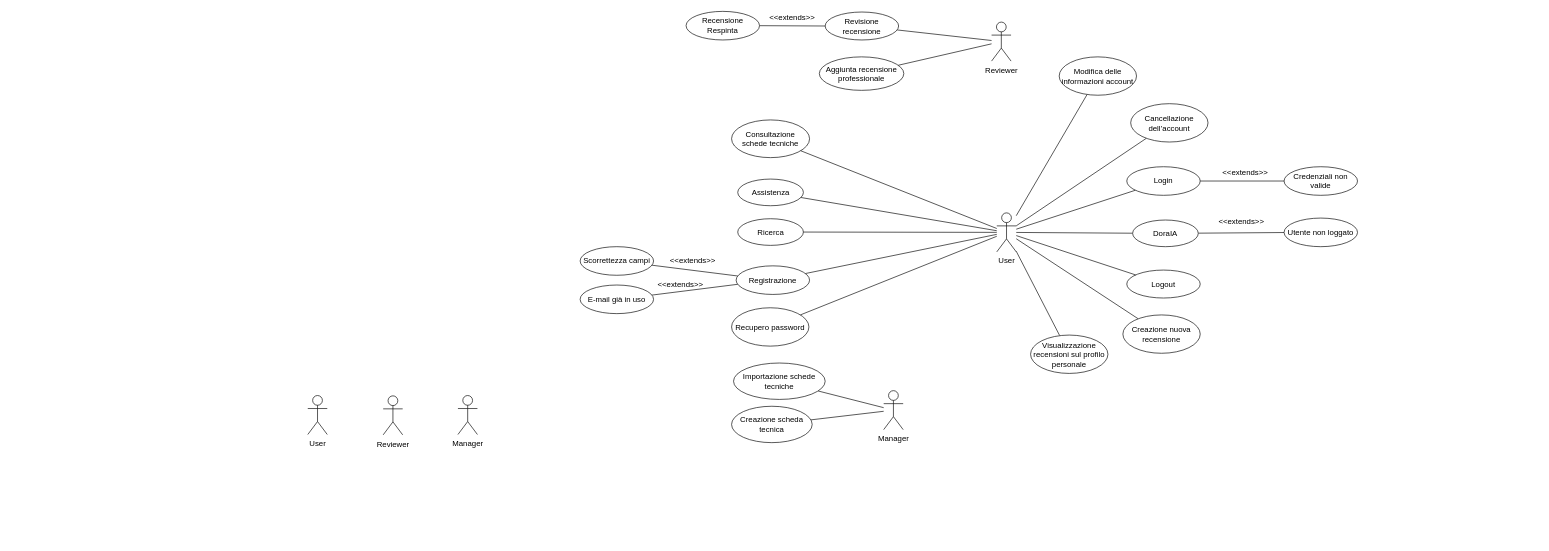
This is page "Page-1" (1 of 2) of doc/diagrams/casi d'uso.drawio from alfonsograziano/Progetto-IS-FIA, a draw.io file, before an edit. Source tidied: cells renumbered, new cells numbered last; positions are measured from the earlier drawing's top-left corner, leaving out a move shared by most shapes. Both pictures are drawn from the tidied source at 65%, with x=0, y=0 at pixel (307, 11).
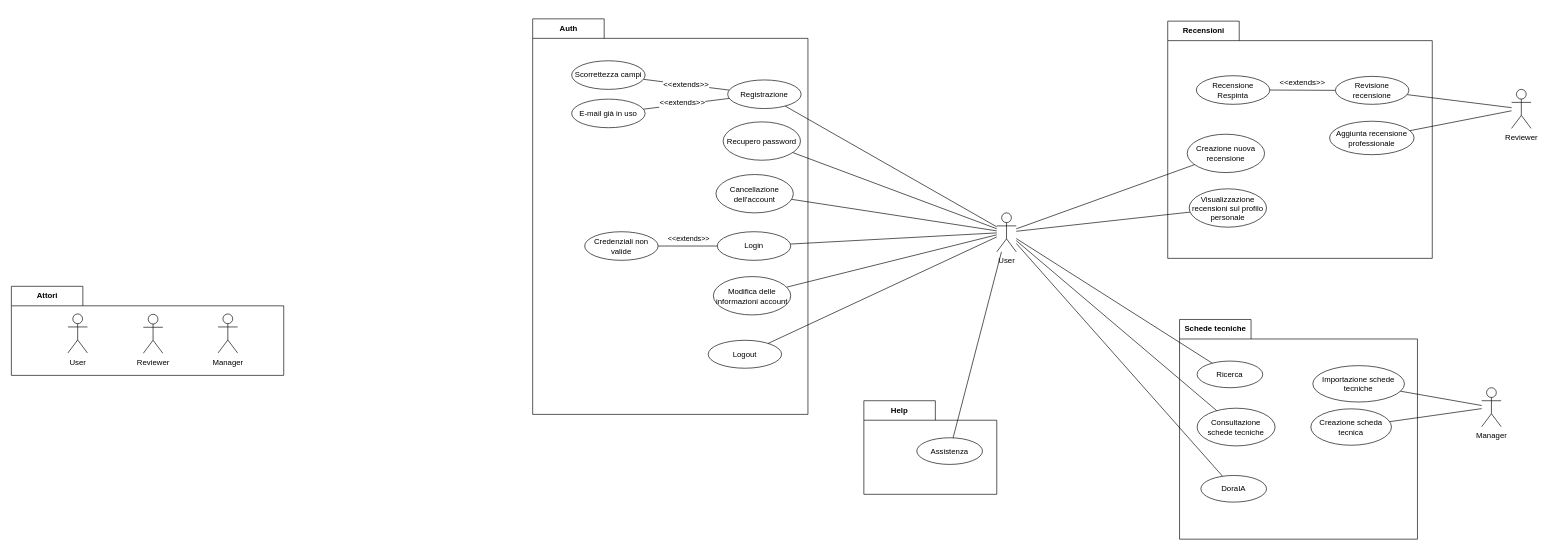
Above is the later version.

The change refers to these unchanged cells:
```xml
<mxCell id="24" style="edgeStyle=none;rounded=0;jettySize=auto;html=1;endArrow=none;endFill=0;" parent="1" edge="1" source="25" target="43">
  <mxGeometry relative="1" as="geometry" />
</mxCell>
<mxCell id="26" style="edgeStyle=none;rounded=0;jettySize=auto;html=1;endArrow=none;endFill=0;" parent="1" edge="1" source="27" target="44">
  <mxGeometry relative="1" as="geometry" />
</mxCell>
```

What changed in the source:
```diff
@@
+    <mxCell id="55" value="Help" style="shape=folder;fontStyle=1;tabWidth=110;tabHeight=30;tabPosition=left;html=1;boundedLbl=1;labelInHeader=1;" parent="1" vertex="1">
+      <mxGeometry x="855.5" y="599" width="204.5" height="144" as="geometry" />
+    </mxCell>
+    <mxCell id="56" value="Recensioni" style="shape=folder;fontStyle=1;tabWidth=110;tabHeight=30;tabPosition=left;html=1;boundedLbl=1;labelInHeader=1;" parent="1" vertex="1">
+      <mxGeometry x="1323" y="15" width="407" height="365" as="geometry" />
+    </mxCell>
+    <mxCell id="57" value="Auth" style="shape=folder;fontStyle=1;tabWidth=110;tabHeight=30;tabPosition=left;html=1;boundedLbl=1;labelInHeader=1;" parent="1" vertex="1">
+      <mxGeometry x="346" y="11.5" width="423.5" height="608.5" as="geometry" />
+    </mxCell>
+    <mxCell id="58" value="Schede tecniche" style="shape=folder;fontStyle=1;tabWidth=110;tabHeight=30;tabPosition=left;html=1;boundedLbl=1;labelInHeader=1;" parent="1" vertex="1">
+      <mxGeometry x="1341.2" y="474" width="366" height="338" as="geometry" />
+    </mxCell>
+    <mxCell id="59" value="Attori" style="shape=folder;fontStyle=1;tabWidth=110;tabHeight=30;tabPosition=left;html=1;boundedLbl=1;labelInHeader=1;" parent="1" vertex="1">
+      <mxGeometry x="-456" y="423" width="419" height="137" as="geometry" />
+    </mxCell>
     <mxCell id="2" value="Logout" style="ellipse;whiteSpace=wrap;html=1;" parent="1" vertex="1">
-      <mxGeometry x="1260" y="398" width="113" height="43" as="geometry" />
+      <mxGeometry x="616" y="506" width="113" height="43" as="geometry" />
     </mxCell>
@@
     <mxCell id="15" value="Reviewer" style="shape=umlActor;verticalLabelPosition=bottom;verticalAlign=top;html=1;" parent="1" vertex="1">
-      <mxGeometry x="1052" y="16.5" width="30" height="60" as="geometry" />
+      <mxGeometry x="1852" y="120" width="30" height="60" as="geometry" />
     </mxCell>
@@
     <mxCell id="18" value="Manager" style="shape=umlActor;verticalLabelPosition=bottom;verticalAlign=top;html=1;" parent="1" vertex="1">
-      <mxGeometry x="886" y="583.5" width="30" height="60" as="geometry" />
+      <mxGeometry x="1806" y="579" width="30" height="60" as="geometry" />
     </mxCell>
     <mxCell id="19" value="Creazione nuova recensione" style="ellipse;whiteSpace=wrap;html=1;" parent="1" vertex="1">
-      <mxGeometry x="1254" y="467" width="119" height="59" as="geometry" />
+      <mxGeometry x="1353" y="189" width="119" height="59" as="geometry" />
     </mxCell>
     <mxCell id="20" value="Visualizzazione recensioni sul profilo personale" style="ellipse;whiteSpace=wrap;html=1;" parent="1" vertex="1">
-      <mxGeometry x="1112" y="498" width="119" height="59" as="geometry" />
+      <mxGeometry x="1356" y="273" width="119" height="59" as="geometry" />
     </mxCell>
@@
     <mxCell id="22" value="Revisione recensione" style="ellipse;whiteSpace=wrap;html=1;" parent="1" vertex="1">
-      <mxGeometry x="796" y="1" width="113" height="43" as="geometry" />
+      <mxGeometry x="1581" y="100" width="113" height="43" as="geometry" />
     </mxCell>
-    <mxCell id="23" style="edgeStyle=none;rounded=0;jettySize=auto;html=1;endArrow=none;endFill=0;" parent="1" edge="1" source="25" target="42">
+    <mxCell id="23" value="&#10;&#10;&lt;span style=&quot;color: rgb(0, 0, 0); font-family: helvetica; font-size: 12px; font-style: normal; font-weight: 400; letter-spacing: normal; text-align: center; text-indent: 0px; text-transform: none; word-spacing: 0px; background-color: rgb(255, 255, 255); display: inline; float: none;&quot;&gt;&amp;lt;&amp;lt;extends&amp;gt;&amp;gt;&lt;/span&gt;&#10;&#10;" style="edgeStyle=none;rounded=0;jettySize=auto;html=1;endArrow=none;endFill=0;" parent="1" edge="1" source="25" target="42">
       <mxGeometry relative="1" as="geometry" />
     </mxCell>
@@
+    <mxCell id="60" value="&lt;span style=&quot;font-size: 12px&quot;&gt;&amp;lt;&amp;lt;extends&amp;gt;&amp;gt;&lt;/span&gt;" style="edgeLabel;html=1;align=center;verticalAlign=middle;" parent="24" vertex="1">
+      <mxGeometry x="0.47" y="3" relative="1" as="geometry">
+        <mxPoint x="24.4" y="-8.1" as="offset" />
+      </mxGeometry>
+    </mxCell>
     <mxCell id="25" value="Registrazione" style="ellipse;whiteSpace=wrap;html=1;" parent="1" vertex="1">
-      <mxGeometry x="659" y="391.5" width="113" height="44" as="geometry" />
+      <mxGeometry x="646" y="105.5" width="113" height="44" as="geometry" />
     </mxCell>
@@
+    <mxCell id="61" value="&amp;lt;&amp;lt;extends&amp;gt;&amp;gt;" style="edgeLabel;html=1;align=center;verticalAlign=middle;" parent="26" vertex="1">
+      <mxGeometry x="0.3" y="-3" relative="1" as="geometry">
+        <mxPoint x="14" y="-9" as="offset" />
+      </mxGeometry>
+    </mxCell>
     <mxCell id="27" value="Login" style="ellipse;whiteSpace=wrap;html=1;" parent="1" vertex="1">
-      <mxGeometry x="1260" y="239" width="113" height="44" as="geometry" />
+      <mxGeometry x="630" y="339" width="113" height="44" as="geometry" />
     </mxCell>
     <mxCell id="28" value="Consultazione schede tecniche" style="ellipse;whiteSpace=wrap;html=1;" parent="1" vertex="1">
-      <mxGeometry x="652" y="167" width="120" height="58" as="geometry" />
+      <mxGeometry x="1368.2" y="610.5" width="120" height="58" as="geometry" />
     </mxCell>
-    <mxCell id="29" style="edgeStyle=none;rounded=0;jettySize=auto;html=1;endArrow=none;endFill=0;" parent="1" edge="1" source="30" target="45">
-      <mxGeometry relative="1" as="geometry" />
-    </mxCell>
     <mxCell id="30" value="DoraIA" style="ellipse;whiteSpace=wrap;html=1;" parent="1" vertex="1">
-      <mxGeometry x="1269" y="321" width="101" height="41" as="geometry" />
+      <mxGeometry x="1374" y="714" width="101" height="41" as="geometry" />
     </mxCell>
     <mxCell id="31" value="Creazione scheda tecnica" style="ellipse;whiteSpace=wrap;html=1;" parent="1" vertex="1">
-      <mxGeometry x="652" y="607.5" width="124" height="56" as="geometry" />
+      <mxGeometry x="1543.2" y="611.5" width="124" height="56" as="geometry" />
     </mxCell>
     <mxCell id="32" value="Aggiunta recensione professionale" style="ellipse;whiteSpace=wrap;html=1;" parent="1" vertex="1">
-      <mxGeometry x="787" y="70" width="130" height="51.5" as="geometry" />
+      <mxGeometry x="1572" y="169" width="130" height="51.5" as="geometry" />
     </mxCell>
     <mxCell id="33" value="Importazione schede tecniche" style="ellipse;whiteSpace=wrap;html=1;" parent="1" vertex="1">
-      <mxGeometry x="655" y="541" width="141" height="56" as="geometry" />
+      <mxGeometry x="1546.2" y="545" width="141" height="56" as="geometry" />
     </mxCell>
     <mxCell id="34" value="Ricerca" style="ellipse;whiteSpace=wrap;html=1;" parent="1" vertex="1">
-      <mxGeometry x="661.5" y="319" width="101" height="41" as="geometry" />
+      <mxGeometry x="1368.2" y="538" width="101" height="41" as="geometry" />
     </mxCell>
     <mxCell id="35" value="Assistenza" style="ellipse;whiteSpace=wrap;html=1;" parent="1" vertex="1">
-      <mxGeometry x="661.5" y="258" width="101" height="41" as="geometry" />
+      <mxGeometry x="937" y="656" width="101" height="41" as="geometry" />
     </mxCell>
@@
     <mxCell id="39" value="User" style="shape=umlActor;verticalLabelPosition=bottom;verticalAlign=top;html=1;" parent="1" vertex="1">
-      <mxGeometry y="591" width="30" height="60" as="geometry" />
+      <mxGeometry x="-369" y="465.5" width="30" height="60" as="geometry" />
     </mxCell>
     <mxCell id="40" value="Reviewer" style="shape=umlActor;verticalLabelPosition=bottom;verticalAlign=top;html=1;" parent="1" vertex="1">
-      <mxGeometry x="116" y="591.5" width="30" height="60" as="geometry" />
+      <mxGeometry x="-253" y="466" width="30" height="60" as="geometry" />
     </mxCell>
     <mxCell id="41" value="Manager" style="shape=umlActor;verticalLabelPosition=bottom;verticalAlign=top;html=1;" parent="1" vertex="1">
-      <mxGeometry x="231" y="591" width="30" height="60" as="geometry" />
+      <mxGeometry x="-138" y="465.5" width="30" height="60" as="geometry" />
     </mxCell>
     <mxCell id="42" value="Scorrettezza campi" style="ellipse;whiteSpace=wrap;html=1;" parent="1" vertex="1">
-      <mxGeometry x="419" y="362" width="113" height="44" as="geometry" />
+      <mxGeometry x="406" y="76" width="113" height="44" as="geometry" />
     </mxCell>
     <mxCell id="43" value="E-mail già in uso" style="ellipse;whiteSpace=wrap;html=1;" parent="1" vertex="1">
-      <mxGeometry x="419" y="421" width="113" height="44" as="geometry" />
+      <mxGeometry x="406" y="135" width="113" height="44" as="geometry" />
     </mxCell>
     <mxCell id="44" value="Credenziali non valide" style="ellipse;whiteSpace=wrap;html=1;" parent="1" vertex="1">
-      <mxGeometry x="1502" y="239" width="113" height="44" as="geometry" />
+      <mxGeometry x="426" y="339" width="113" height="44" as="geometry" />
     </mxCell>
-    <mxCell id="45" value="Utente non loggato" style="ellipse;whiteSpace=wrap;html=1;" parent="1" vertex="1">
-      <mxGeometry x="1502" y="318" width="113" height="44" as="geometry" />
-    </mxCell>
     <mxCell id="46" value="Recensione Respinta" style="ellipse;whiteSpace=wrap;html=1;" parent="1" vertex="1">
-      <mxGeometry x="582" width="113" height="44" as="geometry" />
+      <mxGeometry x="1367" y="99" width="113" height="44" as="geometry" />
     </mxCell>
     <mxCell id="47" value="Cancellazione dell’account" style="ellipse;whiteSpace=wrap;html=1;" parent="1" vertex="1">
-      <mxGeometry x="1266" y="142" width="119" height="59" as="geometry" />
+      <mxGeometry x="628" y="251" width="119" height="59" as="geometry" />
     </mxCell>
     <mxCell id="48" value="Modifica delle informazioni account" style="ellipse;whiteSpace=wrap;html=1;" parent="1" vertex="1">
-      <mxGeometry x="1156" y="70" width="119" height="59" as="geometry" />
+      <mxGeometry x="624" y="408" width="119" height="59" as="geometry" />
     </mxCell>
     <mxCell id="49" value="&amp;lt;&amp;lt;extends&amp;gt;&amp;gt;" style="text;html=1;strokeColor=none;fillColor=none;align=center;verticalAlign=middle;whiteSpace=wrap;rounded=0;" parent="1" vertex="1">
-      <mxGeometry x="704" width="83" height="20" as="geometry" />
+      <mxGeometry x="1489" y="99" width="83" height="20" as="geometry" />
     </mxCell>
-    <mxCell id="50" value="&amp;lt;&amp;lt;extends&amp;gt;&amp;gt;" style="text;html=1;strokeColor=none;fillColor=none;align=center;verticalAlign=middle;whiteSpace=wrap;rounded=0;" parent="1" vertex="1">
-      <mxGeometry x="551" y="374" width="83" height="20" as="geometry" />
-    </mxCell>
-    <mxCell id="51" value="&amp;lt;&amp;lt;extends&amp;gt;&amp;gt;" style="text;html=1;strokeColor=none;fillColor=none;align=center;verticalAlign=middle;whiteSpace=wrap;rounded=0;" parent="1" vertex="1">
-      <mxGeometry x="532" y="409.5" width="83" height="20" as="geometry" />
-    </mxCell>
-    <mxCell id="52" value="&amp;lt;&amp;lt;extends&amp;gt;&amp;gt;" style="text;html=1;strokeColor=none;fillColor=none;align=center;verticalAlign=middle;whiteSpace=wrap;rounded=0;" parent="1" vertex="1">
-      <mxGeometry x="1401" y="239" width="83" height="20" as="geometry" />
-    </mxCell>
-    <mxCell id="53" value="&amp;lt;&amp;lt;extends&amp;gt;&amp;gt;" style="text;html=1;strokeColor=none;fillColor=none;align=center;verticalAlign=middle;whiteSpace=wrap;rounded=0;" parent="1" vertex="1">
-      <mxGeometry x="1395" y="314" width="83" height="20" as="geometry" />
-    </mxCell>
     <mxCell id="54" value="Recupero password" style="ellipse;whiteSpace=wrap;html=1;" parent="1" vertex="1">
-      <mxGeometry x="652" y="456" width="119" height="59" as="geometry" />
+      <mxGeometry x="639" y="170" width="119" height="59" as="geometry" />
     </mxCell>
```
